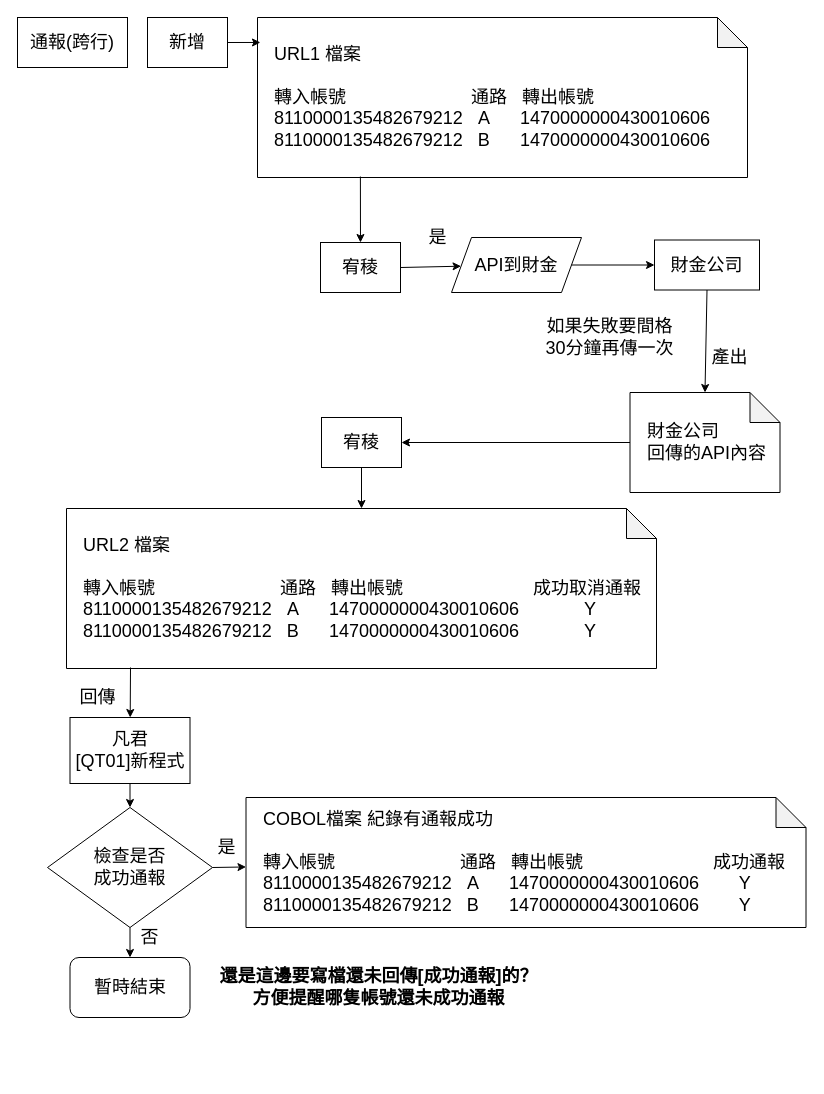
Before: page "通報(跨行)" (4 of 6) of 約轉灰名單架構.drawio in yeahyeah0606/yeahyeah0606.github.io, a draw.io diagram. Source tidied: cells renumbered, new cells numbered last; positions are measured from the earlier drawing's top-left corner, leaving out a move shared by most shapes. Both pictures are drawn from the tidied source at 100%, with x=0, y=0 at pixel (17, 17).
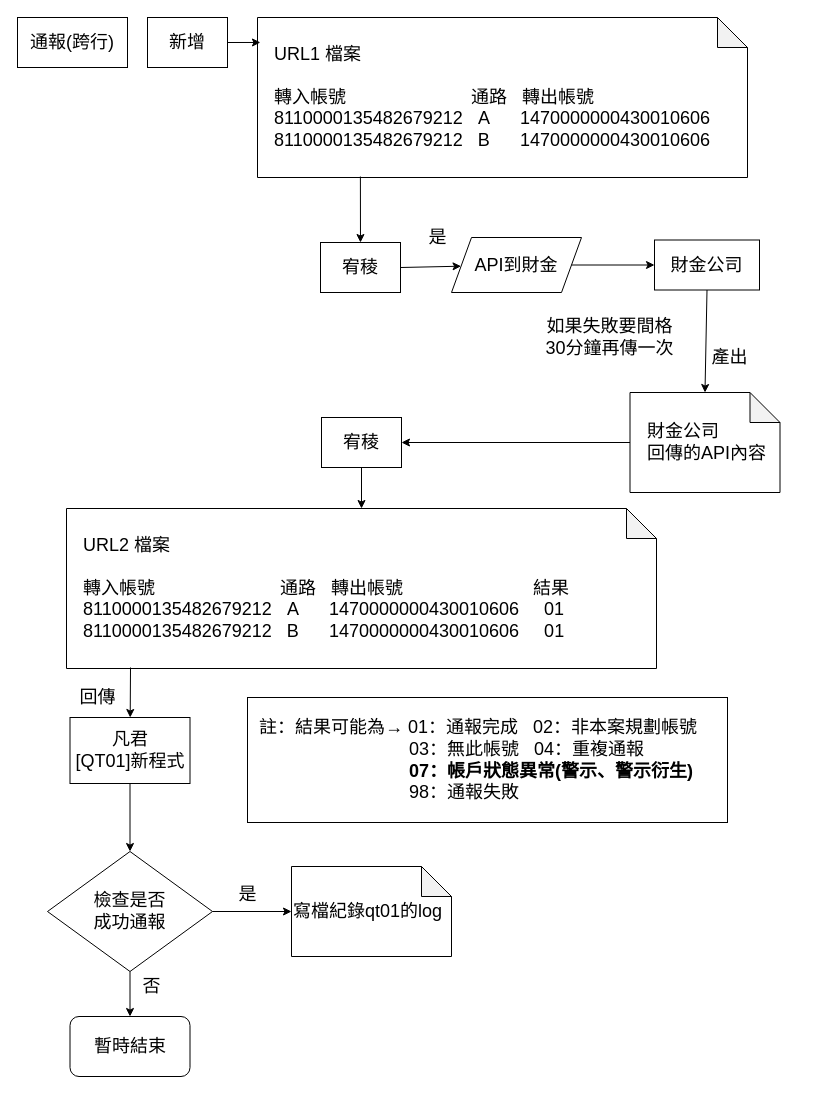
The same diagram, later.

What changed in the source:
```diff
@@
-    <mxCell id="10" value="&lt;font style=&quot;font-size: 18px;&quot;&gt;&amp;nbsp; &amp;nbsp;URL2 檔案&lt;br&gt;&lt;br&gt;&amp;nbsp; &amp;nbsp;轉入帳號&amp;nbsp; &amp;nbsp; &amp;nbsp; &amp;nbsp; &amp;nbsp; &amp;nbsp; &amp;nbsp; &amp;nbsp; &amp;nbsp; &amp;nbsp; &amp;nbsp; &amp;nbsp; &amp;nbsp;通路&amp;nbsp; &amp;nbsp;轉出帳號&amp;nbsp; &amp;nbsp; &amp;nbsp; &amp;nbsp; &amp;nbsp; &amp;nbsp; &amp;nbsp; &amp;nbsp; &amp;nbsp; &amp;nbsp; &amp;nbsp; &amp;nbsp; &amp;nbsp; 成功取消通報&lt;br&gt;&amp;nbsp; &amp;nbsp;8110000135482679212&amp;nbsp;&amp;nbsp;&amp;nbsp;&lt;/font&gt;&lt;font style=&quot;font-size: 18px;&quot;&gt;A&amp;nbsp; &amp;nbsp; &amp;nbsp;&amp;nbsp;&lt;/font&gt;&lt;font style=&quot;font-size: 18px;&quot;&gt;1470000000430010606&amp;nbsp; &amp;nbsp; &amp;nbsp; &amp;nbsp; &amp;nbsp; &amp;nbsp; &amp;nbsp;Y&lt;br&gt;&lt;font style=&quot;border-color: var(--border-color);&quot;&gt;&amp;nbsp; &amp;nbsp;8110000135482679212&amp;nbsp; &amp;nbsp;B&lt;/font&gt;&lt;font style=&quot;border-color: var(--border-color);&quot;&gt;&amp;nbsp; &amp;nbsp; &amp;nbsp;&amp;nbsp;&lt;/font&gt;&lt;font style=&quot;border-color: var(--border-color);&quot;&gt;1470000000430010606&amp;nbsp; &amp;nbsp; &amp;nbsp; &amp;nbsp; &amp;nbsp; &amp;nbsp; &amp;nbsp;Y&lt;/font&gt;&lt;br&gt;&lt;/font&gt;" style="shape=note;whiteSpace=wrap;html=1;backgroundOutline=1;darkOpacity=0.05;align=left;" parent="1" vertex="1">
+    <mxCell id="10" value="&lt;font style=&quot;font-size: 18px;&quot;&gt;&amp;nbsp; &amp;nbsp;URL2 檔案&lt;br&gt;&lt;br&gt;&amp;nbsp; &amp;nbsp;轉入帳號&amp;nbsp; &amp;nbsp; &amp;nbsp; &amp;nbsp; &amp;nbsp; &amp;nbsp; &amp;nbsp; &amp;nbsp; &amp;nbsp; &amp;nbsp; &amp;nbsp; &amp;nbsp; &amp;nbsp;通路&amp;nbsp; &amp;nbsp;轉出帳號&amp;nbsp; &amp;nbsp; &amp;nbsp; &amp;nbsp; &amp;nbsp; &amp;nbsp; &amp;nbsp; &amp;nbsp; &amp;nbsp; &amp;nbsp; &amp;nbsp; &amp;nbsp; &amp;nbsp; 結果&lt;br&gt;&amp;nbsp; &amp;nbsp;8110000135482679212&amp;nbsp;&amp;nbsp;&amp;nbsp;&lt;/font&gt;&lt;font style=&quot;font-size: 18px;&quot;&gt;A&amp;nbsp; &amp;nbsp; &amp;nbsp;&amp;nbsp;&lt;/font&gt;&lt;font style=&quot;font-size: 18px;&quot;&gt;1470000000430010606&amp;nbsp; &amp;nbsp; &amp;nbsp;01&lt;br&gt;&lt;font style=&quot;border-color: var(--border-color);&quot;&gt;&amp;nbsp; &amp;nbsp;8110000135482679212&amp;nbsp; &amp;nbsp;B&lt;/font&gt;&lt;font style=&quot;border-color: var(--border-color);&quot;&gt;&amp;nbsp; &amp;nbsp; &amp;nbsp;&amp;nbsp;&lt;/font&gt;&lt;font style=&quot;border-color: var(--border-color);&quot;&gt;1470000000430010606&amp;nbsp; &amp;nbsp; &amp;nbsp;01&lt;/font&gt;&lt;br&gt;&lt;/font&gt;" style="shape=note;whiteSpace=wrap;html=1;backgroundOutline=1;darkOpacity=0.05;align=left;" parent="1" vertex="1">
       <mxGeometry x="49" y="491" width="590" height="160" as="geometry" />
     </mxCell>
@@
     <mxCell id="13" value="&lt;font style=&quot;font-size: 18px;&quot;&gt;檢查是否&lt;br&gt;成功通報&lt;br&gt;&lt;/font&gt;" style="rhombus;whiteSpace=wrap;html=1;" parent="1" vertex="1">
-      <mxGeometry x="30" y="790" width="165" height="120" as="geometry" />
+      <mxGeometry x="30" y="834" width="165" height="120" as="geometry" />
     </mxCell>
@@
     <mxCell id="26" value="&lt;font style=&quot;font-size: 18px;&quot;&gt;暫時結束&lt;/font&gt;" style="rounded=1;whiteSpace=wrap;html=1;" parent="1" vertex="1">
-      <mxGeometry x="52.5" y="940" width="120" height="60" as="geometry" />
+      <mxGeometry x="52.5" y="999" width="120" height="60" as="geometry" />
     </mxCell>
-    <mxCell id="27" value="&lt;font style=&quot;font-size: 18px;&quot;&gt;&amp;nbsp; &amp;nbsp;COBOL檔案 紀錄有通報成功&lt;br&gt;&lt;br&gt;&lt;font style=&quot;border-color: var(--border-color);&quot;&gt;&amp;nbsp; &amp;nbsp;轉入帳號&amp;nbsp; &amp;nbsp; &amp;nbsp; &amp;nbsp; &amp;nbsp; &amp;nbsp; &amp;nbsp; &amp;nbsp; &amp;nbsp; &amp;nbsp; &amp;nbsp; &amp;nbsp; &amp;nbsp;通路&amp;nbsp; &amp;nbsp;轉出帳號&amp;nbsp; &amp;nbsp; &amp;nbsp; &amp;nbsp; &amp;nbsp; &amp;nbsp; &amp;nbsp; &amp;nbsp; &amp;nbsp; &amp;nbsp; &amp;nbsp; &amp;nbsp; &amp;nbsp; 成功通報&lt;br style=&quot;border-color: var(--border-color);&quot;&gt;&amp;nbsp; &amp;nbsp;8110000135482679212&amp;nbsp;&amp;nbsp;&amp;nbsp;&lt;/font&gt;&lt;font style=&quot;border-color: var(--border-color);&quot;&gt;A&amp;nbsp; &amp;nbsp; &amp;nbsp;&amp;nbsp;&lt;/font&gt;&lt;font style=&quot;border-color: var(--border-color);&quot;&gt;1470000000430010606&amp;nbsp; &amp;nbsp; &amp;nbsp; &amp;nbsp; Y&lt;br style=&quot;border-color: var(--border-color);&quot;&gt;&lt;font style=&quot;border-color: var(--border-color);&quot;&gt;&amp;nbsp; &amp;nbsp;8110000135482679212&amp;nbsp; &amp;nbsp;B&lt;/font&gt;&lt;font style=&quot;border-color: var(--border-color);&quot;&gt;&amp;nbsp; &amp;nbsp; &amp;nbsp;&amp;nbsp;&lt;/font&gt;&lt;font style=&quot;border-color: var(--border-color);&quot;&gt;1470000000430010606&amp;nbsp; &amp;nbsp; &amp;nbsp; &amp;nbsp; Y&lt;/font&gt;&lt;/font&gt;&lt;br&gt;&lt;/font&gt;" style="shape=note;whiteSpace=wrap;html=1;backgroundOutline=1;darkOpacity=0.05;align=left;" parent="1" vertex="1">
-      <mxGeometry x="228.5" y="780" width="560" height="130" as="geometry" />
-    </mxCell>
-    <mxCell id="28" style="endArrow=classic;html=1;rounded=0;exitX=1;exitY=0.5;exitDx=0;exitDy=0;" parent="1" edge="1" source="13" target="27">
+    <mxCell id="28" style="endArrow=classic;html=1;rounded=0;exitX=1;exitY=0.5;exitDx=0;exitDy=0;entryX=0;entryY=0.5;entryDx=0;entryDy=0;entryPerimeter=0;" parent="1" edge="1" source="13" target="33">
       <mxGeometry relative="1" as="geometry" />
     </mxCell>
@@
     <mxCell id="30" value="&lt;span style=&quot;font-size: 18px;&quot;&gt;是&lt;/span&gt;" style="text;html=1;align=center;verticalAlign=middle;strokeColor=none;fillColor=none;" parent="1" vertex="1">
-      <mxGeometry x="188.5" y="810" width="40" height="40" as="geometry" />
+      <mxGeometry x="210" y="857" width="40" height="40" as="geometry" />
     </mxCell>
     <mxCell id="31" value="&lt;span style=&quot;font-size: 18px;&quot;&gt;否&lt;/span&gt;" style="text;html=1;align=center;verticalAlign=middle;strokeColor=none;fillColor=none;" parent="1" vertex="1">
-      <mxGeometry x="111.5" y="900" width="40" height="40" as="geometry" />
+      <mxGeometry x="114" y="949" width="40" height="40" as="geometry" />
     </mxCell>
-    <mxCell id="32" value="&lt;span style=&quot;font-size: 18px;&quot;&gt;&lt;b&gt;還是這邊要寫檔還未回傳[成功通報]的？&lt;br&gt;方便提醒哪隻帳號還未成功通報&lt;/b&gt;&lt;br&gt;&lt;/span&gt;" style="text;html=1;align=center;verticalAlign=middle;strokeColor=none;fillColor=none;" parent="1" vertex="1">
-      <mxGeometry x="190.5" y="940" width="340" height="60" as="geometry" />
-    </mxCell>
+    <mxCell id="33" value="&lt;font style=&quot;font-size: 18px;&quot;&gt;寫檔紀錄qt01的log&lt;br&gt;&lt;/font&gt;" style="shape=note;whiteSpace=wrap;html=1;backgroundOutline=1;darkOpacity=0.05;align=left;" parent="1" vertex="1">
+      <mxGeometry x="274" y="849" width="160" height="90" as="geometry" />
+    </mxCell>
+    <mxCell id="34" value="&lt;font style=&quot;font-size: 18px;&quot;&gt;&amp;nbsp; 註：結果可能為→ 01：通報完成&amp;nbsp; &amp;nbsp;02：非本案規劃帳號&amp;nbsp; &amp;nbsp;&amp;nbsp;&lt;br&gt;&lt;span style=&quot;&quot;&gt;&lt;span style=&quot;white-space: pre;&quot;&gt;&amp;nbsp;&amp;nbsp;&amp;nbsp;&amp;nbsp;&lt;/span&gt;&lt;/span&gt;&lt;span style=&quot;&quot;&gt;&lt;span style=&quot;white-space: pre;&quot;&gt;&amp;nbsp;&amp;nbsp;&amp;nbsp;&amp;nbsp;&lt;/span&gt;&lt;/span&gt;&lt;span style=&quot;&quot;&gt;&lt;span style=&quot;white-space: pre;&quot;&gt;&amp;nbsp;&amp;nbsp;&amp;nbsp;&amp;nbsp;&lt;/span&gt;&lt;/span&gt;&amp;nbsp; &amp;nbsp; &amp;nbsp; &amp;nbsp; &amp;nbsp; &amp;nbsp; &amp;nbsp; &amp;nbsp; &amp;nbsp; &amp;nbsp; 03：無此帳號&amp;nbsp; &amp;nbsp;04：重複通報&amp;nbsp; &amp;nbsp;&amp;nbsp;&lt;br&gt;&amp;nbsp; &amp;nbsp; &amp;nbsp; &amp;nbsp; &amp;nbsp; &amp;nbsp; &amp;nbsp; &amp;nbsp; &amp;nbsp; &amp;nbsp; &amp;nbsp; &amp;nbsp; &amp;nbsp; &amp;nbsp; &amp;nbsp; &amp;nbsp;&amp;nbsp;&lt;/font&gt;&lt;font style=&quot;font-size: 18px;&quot;&gt;&lt;b&gt;07：帳戶狀態異常(警示、警示衍生)&lt;/b&gt;&lt;br&gt;&lt;/font&gt;&lt;font style=&quot;border-color: var(--border-color); font-size: 18px;&quot;&gt;&amp;nbsp; &amp;nbsp; &amp;nbsp; &amp;nbsp; &amp;nbsp; &amp;nbsp; &amp;nbsp; &amp;nbsp; &amp;nbsp; &amp;nbsp; &amp;nbsp; &amp;nbsp; &amp;nbsp; &amp;nbsp; &amp;nbsp; &amp;nbsp; 98&lt;/font&gt;&lt;font style=&quot;border-color: var(--border-color); font-size: 18px;&quot;&gt;：通報失敗&lt;/font&gt;&lt;span style=&quot;font-size: 18px;&quot;&gt;&lt;br&gt;&lt;/span&gt;" style="rounded=0;whiteSpace=wrap;html=1;align=left;" parent="1" vertex="1">
+      <mxGeometry x="230" y="680" width="480" height="125" as="geometry" />
+    </mxCell>
```
